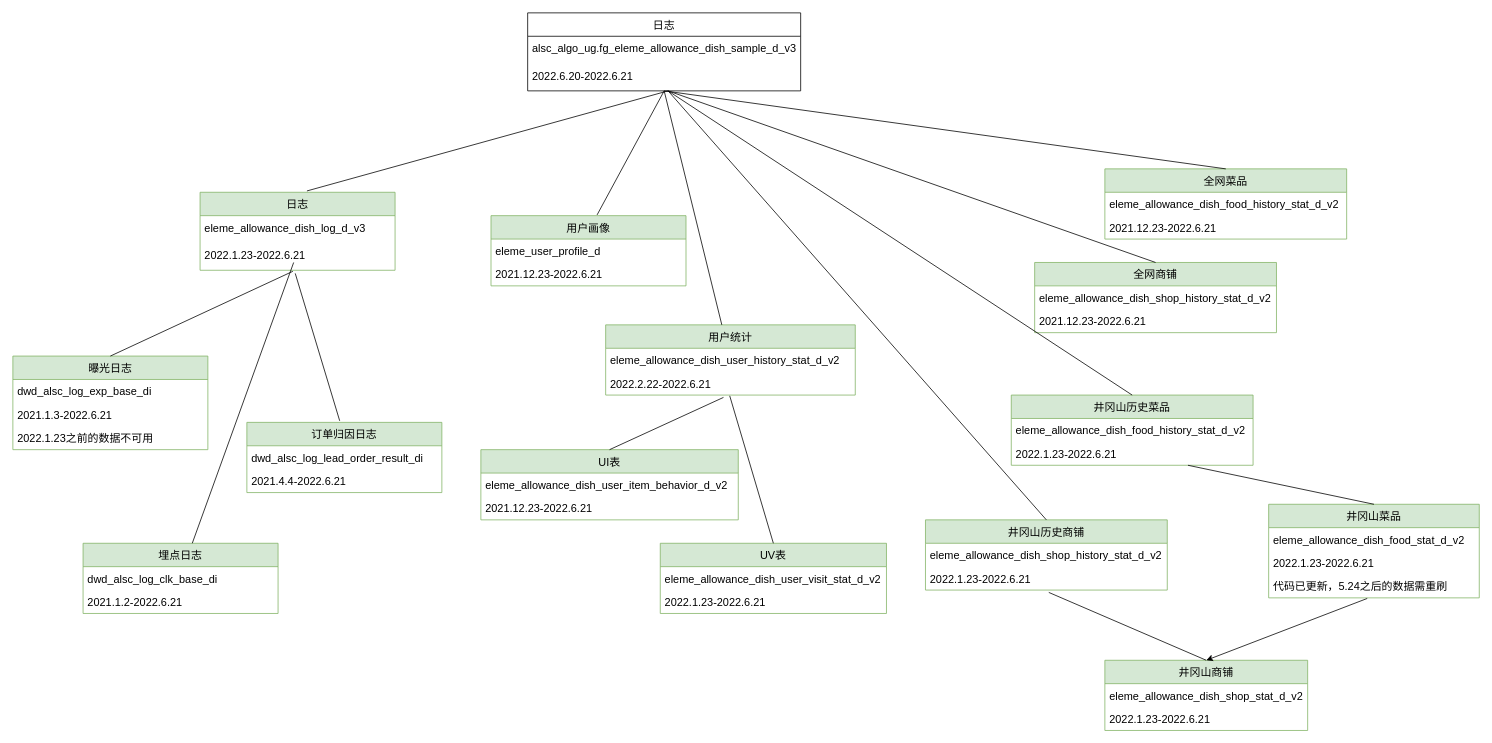
This is Untitled Diagram.drawio from Xiaohu-D/-, a draw.io file, before an edit. Source tidied: cells renumbered, new cells numbered last; positions are measured from the earlier drawing's top-left corner, leaving out a move shared by most shapes. Both pictures are drawn from the tidied source at 78%, with x=0, y=0 at pixel (12, 12).
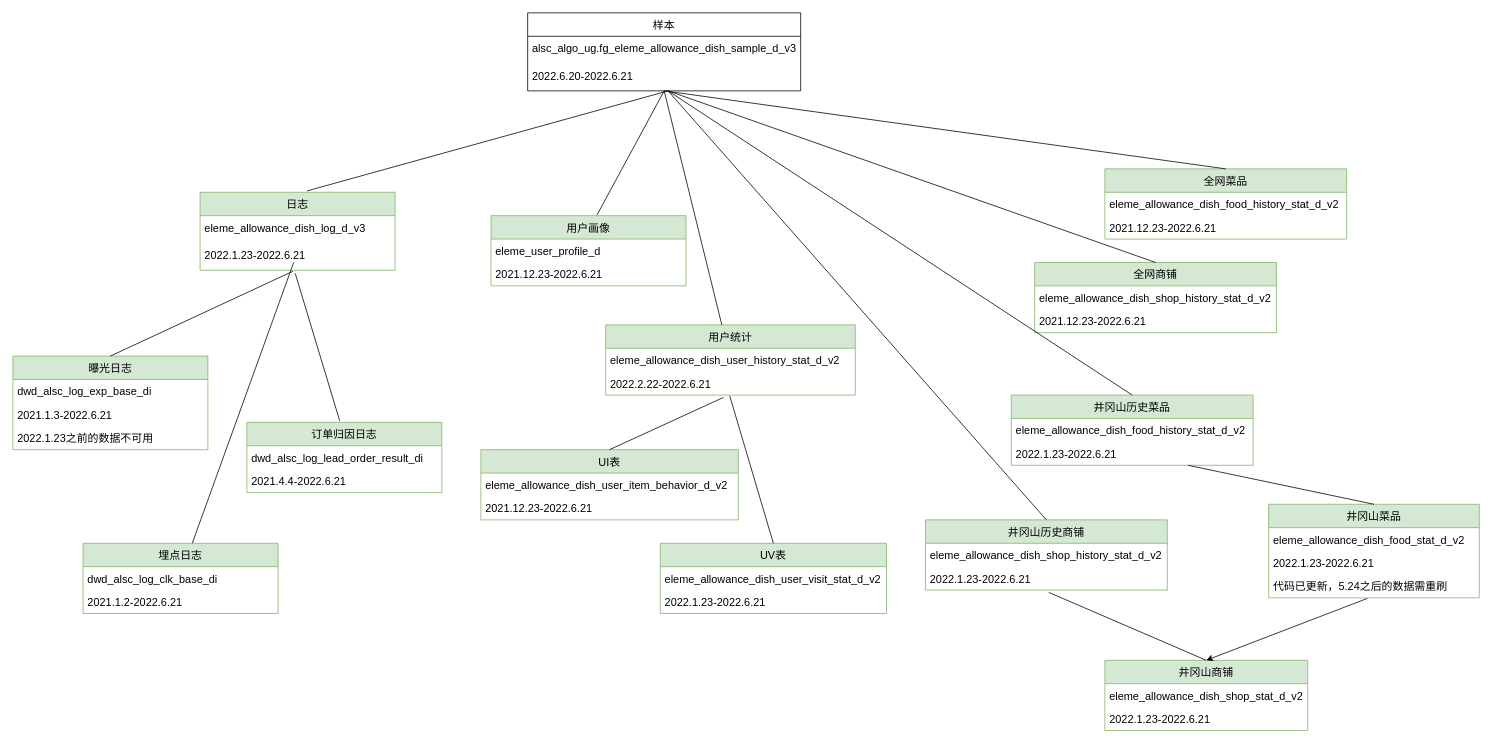
Above is the later version.

Diff of the diagram source:
```diff
@@
-    <mxCell id="61" value="日志" style="swimlane;fontStyle=0;horizontal=1;startSize=30;fontSize=14;" parent="1" vertex="1">
+    <mxCell id="61" value="样本" style="swimlane;fontStyle=0;horizontal=1;startSize=30;fontSize=14;" parent="1" vertex="1">
       <mxGeometry x="660" width="350" height="100" as="geometry" />
     </mxCell>
```
